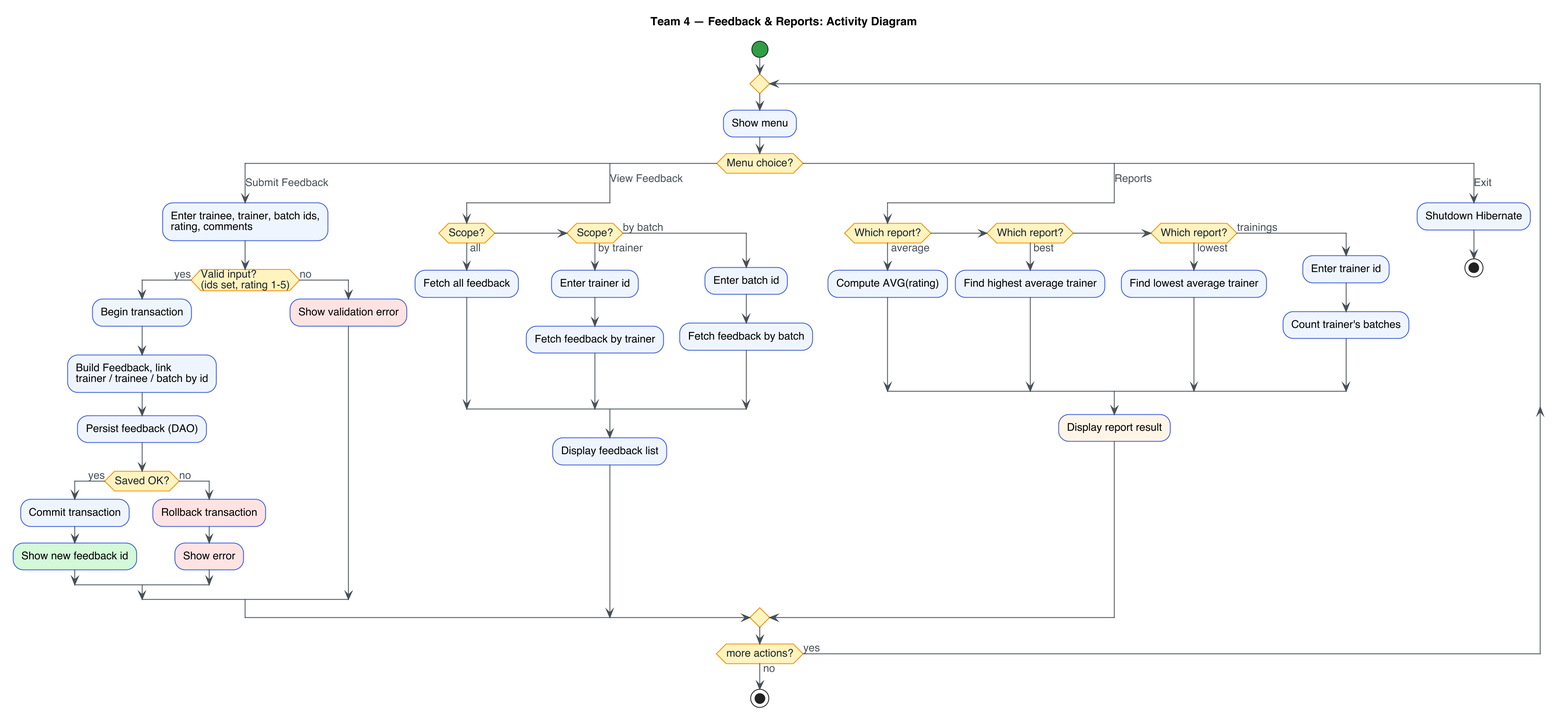
Above: docs/team4-activity-diagram.png in Abhinav-TF/Corporate-Training-Feedback-Management-Platform (PlantUML), before the change. The source it was exported from:
```plantuml
@startuml
skinparam dpi 200
skinparam backgroundColor #FFFFFF
skinparam shadowing false
skinparam defaultFontName Helvetica
skinparam defaultFontSize 13
skinparam ArrowColor #495057
skinparam ArrowFontColor #495057
skinparam ActivityBackgroundColor #EEF4FF
skinparam ActivityBorderColor #3B5BDB
skinparam ActivityBorderThickness 1
skinparam ActivityDiamondBackgroundColor #FFF3BF
skinparam ActivityDiamondBorderColor #F08C00
skinparam ActivityDiamondFontColor #1C2536
skinparam ActivityStartColor #2F9E44
skinparam ActivityEndColor #E03131
skinparam ConditionEndStyle hline

title Team 4 — Feedback & Reports: Activity Diagram

start
repeat
  :Show menu;
  switch (Menu choice?)

  case (Submit Feedback)
    :Enter trainee, trainer, batch ids,\nrating, comments;
    if (Valid input?\n(ids set, rating 1-5)) then (yes)
      :Begin transaction;
      :Build Feedback, link\ntrainer / trainee / batch by id;
      :Persist feedback (DAO);
      if (Saved OK?) then (yes)
        :Commit transaction;
        :Show new feedback id; <<#D3F9D8>>
      else (no)
        :Rollback transaction; <<#FFE3E3>>
        :Show error; <<#FFE3E3>>
      endif
    else (no)
      :Show validation error; <<#FFE3E3>>
    endif

  case (View Feedback)
    if (Scope?) then (all)
      :Fetch all feedback;
    elseif (Scope?) then (by trainer)
      :Enter trainer id;
      :Fetch feedback by trainer;
    else (by batch)
      :Enter batch id;
      :Fetch feedback by batch;
    endif
    :Display feedback list;

  case (Reports)
    if (Which report?) then (average)
      :Compute AVG(rating);
    elseif (Which report?) then (best)
      :Find highest average trainer;
    elseif (Which report?) then (lowest)
      :Find lowest average trainer;
    else (trainings)
      :Enter trainer id;
      :Count trainer's batches;
    endif
    :Display report result; <<#FFF4E6>>

  case (Exit)
    :Shutdown Hibernate;
    stop

  endswitch
repeat while (more actions?) is (yes) not (no)
stop
@enduml
```
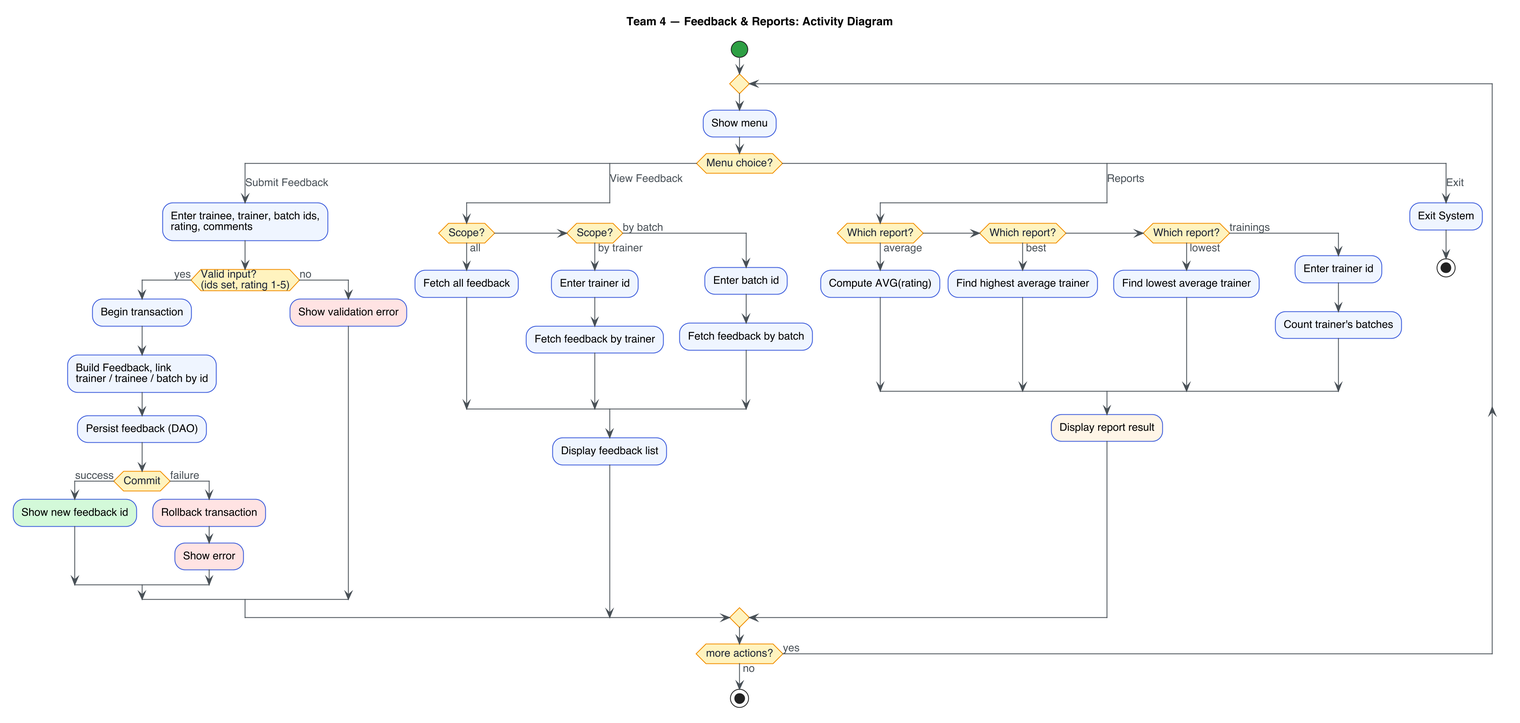
The same diagram one commit later.

What changed in the source:
```diff
@@ -29,10 +29,9 @@
       :Begin transaction;
       :Build Feedback, link\ntrainer / trainee / batch by id;
       :Persist feedback (DAO);
-      if (Saved OK?) then (yes)
-        :Commit transaction;
+      if (Commit) then (success)
         :Show new feedback id; <<#D3F9D8>>
-      else (no)
+      else (failure)
         :Rollback transaction; <<#FFE3E3>>
         :Show error; <<#FFE3E3>>
       endif
@@ -66,7 +65,7 @@
     :Display report result; <<#FFF4E6>>
 
   case (Exit)
-    :Shutdown Hibernate;
+    :Exit System;
     stop
 
   endswitch
```
